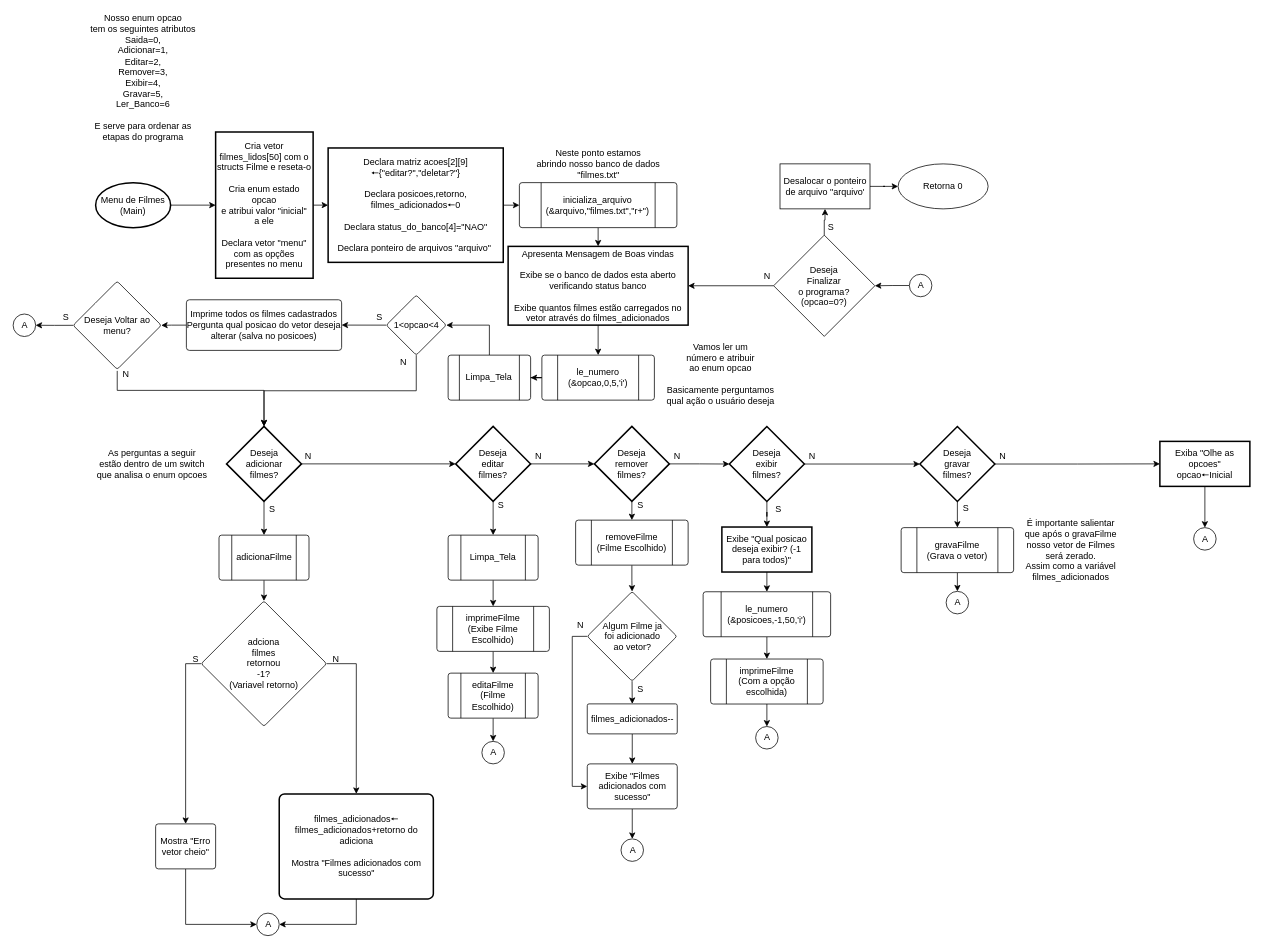
Before: Fluxograma/menu.drawio in riquetret/Mania-Filmes, a draw.io diagram. Source tidied: cells renumbered, new cells numbered last; positions are measured from the earlier drawing's top-left corner, leaving out a move shared by most shapes. Both pictures are drawn from the tidied source at 75%, with x=0, y=0 at pixel (13, 14).
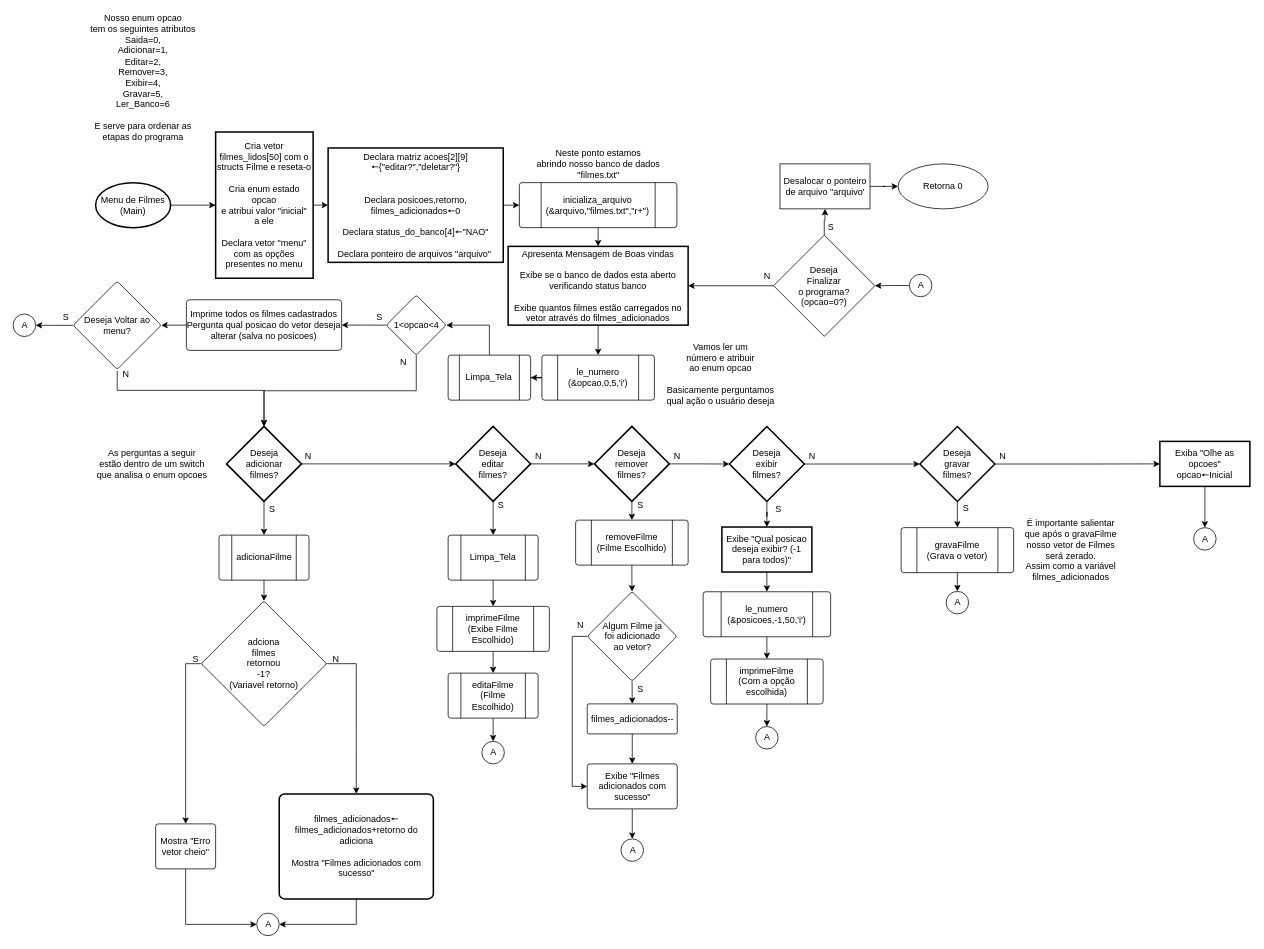
Above is the later version.

The edit, as a diff of the source:
```diff
@@
-    <mxCell id="65" value="Declara matriz acoes[2][9]&lt;br&gt;🠔{&quot;editar?&quot;,&quot;deletar?&quot;}&lt;br&gt;&lt;br&gt;&lt;span&gt;Declara posicoes,retorno,&lt;br&gt;filmes_adicionados&lt;/span&gt;🠔0&lt;br&gt;&lt;br&gt;&lt;span&gt;Declara status_do_banco[4]=&quot;NAO&quot;&lt;/span&gt;&lt;br&gt;&lt;br&gt;Declara ponteiro de arquivos &quot;arquivo&quot;&lt;span&gt;&amp;nbsp;&lt;/span&gt;" style="whiteSpace=wrap;html=1;strokeWidth=2;" parent="1" vertex="1">
+    <mxCell id="65" value="Declara matriz acoes[2][9]&lt;br&gt;🠔{&quot;editar?&quot;,&quot;deletar?&quot;}&lt;br&gt;&lt;br&gt;&lt;br&gt;&lt;span&gt;Declara posicoes,retorno,&lt;br&gt;filmes_adicionados&lt;/span&gt;🠔0&lt;br&gt;&lt;br&gt;&lt;span&gt;Declara status_do_banco[4]&lt;/span&gt;🠔&lt;span&gt;&quot;NAO&quot;&lt;/span&gt;&lt;br&gt;&lt;br&gt;Declara ponteiro de arquivos &quot;arquivo&quot;&lt;span&gt;&amp;nbsp;&lt;/span&gt;" style="whiteSpace=wrap;html=1;strokeWidth=2;" parent="1" vertex="1">
       <mxGeometry x="420" y="178.8" width="233.5" height="152.5" as="geometry" />
     </mxCell>
```
